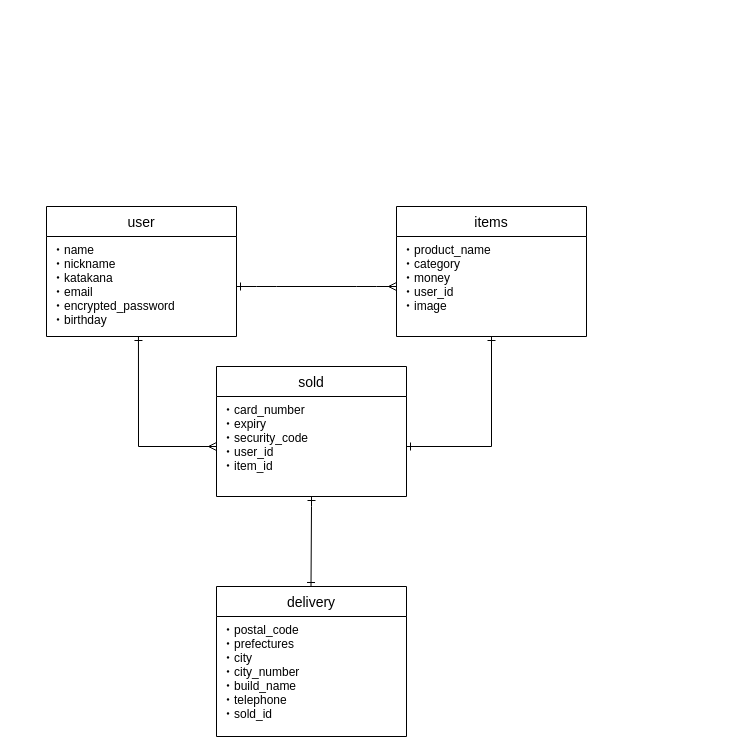
This is .dio from ootakekou/furima-36419, a draw.io file, before an edit. Source tidied: cells renumbered, new cells numbered last; positions are measured from the earlier drawing's top-left corner, leaving out a move shared by most shapes. Both pictures are drawn from the tidied source at 100%, with x=0, y=0 at pixel (46, 206).
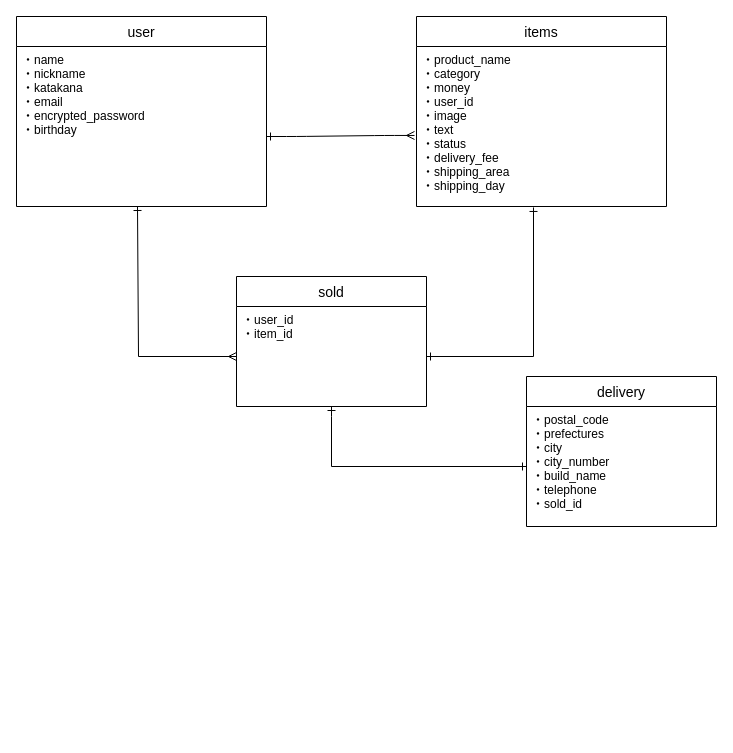
The same page after the edit.

Commit message (it also covers changes not shown here):
issue3再修正

What changed in the source:
```diff
@@
 <mxGraphModel>
   <root>
     <mxCell id="0" />
     <mxCell id="1" parent="0" />
     <mxCell id="2" value="user" style="swimlane;fontStyle=0;horizontal=1;startSize=30;align=center;fontSize=14;" parent="1" vertex="1">
-      <mxGeometry width="190" height="130" as="geometry" />
+      <mxGeometry x="-30" y="-190" width="250" height="190" as="geometry" />
     </mxCell>
     <mxCell id="3" value="・name&#10;・nickname&#10;・katakana&#10;・email&#10;・encrypted_password&#10;・birthday" style="text;strokeColor=none;fillColor=none;spacingLeft=4;spacingRight=4;overflow=hidden;points=[[0,0.5],[1,0.5]];portConstraint=eastwest;fontSize=12;" parent="2" vertex="1">
-      <mxGeometry y="30" width="190" height="100" as="geometry" />
+      <mxGeometry y="30" width="250" height="160" as="geometry" />
     </mxCell>
     <mxCell id="4" value="items" style="swimlane;fontStyle=0;horizontal=1;startSize=30;align=center;fontSize=14;" parent="1" vertex="1">
-      <mxGeometry x="350" width="190" height="130" as="geometry" />
+      <mxGeometry x="370" y="-190" width="250" height="190" as="geometry" />
     </mxCell>
-    <mxCell id="5" value="・product_name&#10;・category&#10;・money&#10;・user_id&#10;・image&#10;&#10;&#10;" style="text;strokeColor=none;fillColor=none;spacingLeft=4;spacingRight=4;overflow=hidden;points=[[0,0.5],[1,0.5]];portConstraint=eastwest;fontSize=12;" parent="4" vertex="1">
-      <mxGeometry y="30" width="190" height="100" as="geometry" />
+    <mxCell id="5" value="・product_name&#10;・category&#10;・money&#10;・user_id&#10;・image&#10;・text&#10;・status&#10;・delivery_fee&#10;・shipping_area&#10;・shipping_day&#10;&#10;&#10;" style="text;strokeColor=none;fillColor=none;spacingLeft=4;spacingRight=4;overflow=hidden;points=[[0,0.5],[1,0.5]];portConstraint=eastwest;fontSize=12;" parent="4" vertex="1">
+      <mxGeometry y="30" width="250" height="160" as="geometry" />
     </mxCell>
-    <mxCell id="6" style="edgeStyle=entityRelationEdgeStyle;fontSize=12;html=1;endArrow=ERmany;startArrow=ERone;entryX=0;entryY=0.5;entryDx=0;entryDy=0;startFill=0;endFill=0;" parent="1" edge="1" target="5">
+    <mxCell id="6" style="edgeStyle=entityRelationEdgeStyle;fontSize=12;html=1;endArrow=ERmany;startArrow=ERone;startFill=0;endFill=0;entryX=-0.008;entryY=0.556;entryDx=0;entryDy=0;entryPerimeter=0;" parent="1" edge="1" target="5">
       <mxGeometry relative="1" as="geometry">
-        <mxPoint x="190" y="80" as="sourcePoint" />
+        <mxPoint x="220" y="-70" as="sourcePoint" />
       </mxGeometry>
     </mxCell>
     <mxCell id="7" value="sold" style="swimlane;fontStyle=0;horizontal=1;startSize=30;align=center;fontSize=14;" parent="1" vertex="1">
-      <mxGeometry x="170" y="160" width="190" height="130" as="geometry" />
+      <mxGeometry x="190" y="70" width="190" height="130" as="geometry" />
     </mxCell>
-    <mxCell id="8" value="・card_number&#10;・expiry&#10;・security_code&#10;・user_id&#10;・item_id" style="text;strokeColor=none;fillColor=none;spacingLeft=4;spacingRight=4;overflow=hidden;points=[[0,0.5],[1,0.5]];portConstraint=eastwest;fontSize=12;" parent="7" vertex="1">
+    <mxCell id="8" value="・user_id&#10;・item_id" style="text;strokeColor=none;fillColor=none;spacingLeft=4;spacingRight=4;overflow=hidden;points=[[0,0.5],[1,0.5]];portConstraint=eastwest;fontSize=12;" parent="7" vertex="1">
       <mxGeometry y="30" width="190" height="100" as="geometry" />
     </mxCell>
     <mxCell id="9" value="delivery" style="swimlane;fontStyle=0;horizontal=1;startSize=30;align=center;fontSize=14;" parent="1" vertex="1">
-      <mxGeometry x="170" y="380" width="190" height="150" as="geometry" />
+      <mxGeometry x="480" y="170" width="190" height="150" as="geometry" />
     </mxCell>
     <mxCell id="10" value="・postal_code&#10;・prefectures&#10;・city&#10;・city_number&#10;・build_name&#10;・telephone&#10;・sold_id" style="text;strokeColor=none;fillColor=none;spacingLeft=4;spacingRight=4;overflow=hidden;points=[[0,0.5],[1,0.5]];portConstraint=eastwest;fontSize=12;" parent="9" vertex="1">
       <mxGeometry y="30" width="190" height="120" as="geometry" />
     </mxCell>
-    <mxCell id="11" style="edgeStyle=orthogonalEdgeStyle;rounded=0;orthogonalLoop=1;jettySize=auto;html=1;startArrow=ERone;startFill=0;endArrow=ERone;endFill=0;" parent="1" edge="1">
+    <mxCell id="11" style="edgeStyle=orthogonalEdgeStyle;rounded=0;jettySize=auto;html=1;startArrow=ERone;startFill=0;endArrow=ERone;endFill=0;entryX=0;entryY=0.5;entryDx=0;entryDy=0;" parent="1" edge="1" target="10">
       <mxGeometry relative="1" as="geometry">
-        <mxPoint x="265" y="290" as="sourcePoint" />
-        <mxPoint x="264.5" y="380" as="targetPoint" />
+        <mxPoint x="285" y="200" as="sourcePoint" />
         <Array as="points">
-          <mxPoint x="264.5" y="300" />
-          <mxPoint x="264.5" y="300" />
+          <mxPoint x="285" y="210" />
+          <mxPoint x="285" y="260" />
         </Array>
       </mxGeometry>
     </mxCell>
-    <mxCell id="12" style="edgeStyle=orthogonalEdgeStyle;rounded=0;jettySize=auto;html=1;exitX=1;exitY=0.5;exitDx=0;exitDy=0;startArrow=ERone;startFill=0;endArrow=ERone;endFill=0;entryX=0.5;entryY=1;entryDx=0;entryDy=0;entryPerimeter=0;" parent="1" edge="1" source="8" target="5">
+    <mxCell id="12" style="edgeStyle=orthogonalEdgeStyle;rounded=0;jettySize=auto;html=1;exitX=1;exitY=0.5;exitDx=0;exitDy=0;startArrow=ERone;startFill=0;endArrow=ERone;endFill=0;entryX=0.468;entryY=1.006;entryDx=0;entryDy=0;entryPerimeter=0;" parent="1" edge="1" source="8" target="5">
       <mxGeometry relative="1" as="geometry" />
     </mxCell>
     <mxCell id="13" style="edgeStyle=orthogonalEdgeStyle;rounded=0;jettySize=auto;html=1;exitX=0;exitY=0.5;exitDx=0;exitDy=0;startArrow=ERmany;startFill=0;endArrow=ERone;endFill=0;entryX=0.484;entryY=1;entryDx=0;entryDy=0;entryPerimeter=0;" parent="1" edge="1" source="8" target="3">
       <mxGeometry relative="1" as="geometry">
         <Array as="points">
-          <mxPoint x="92" y="240" />
+          <mxPoint x="92" y="150" />
         </Array>
       </mxGeometry>
     </mxCell>
   </root>
 </mxGraphModel>
```
